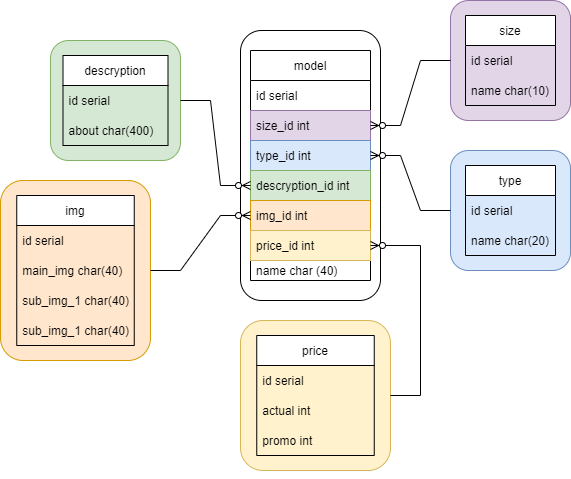
Make0101/DB keeps this draw.io diagram as Схема БД Cloth.png. Above is the earlier version. Source tidied: cells renumbered, new cells last; positions are measured from the earlier drawing's top-left corner, leaving out a move shared by most shapes.
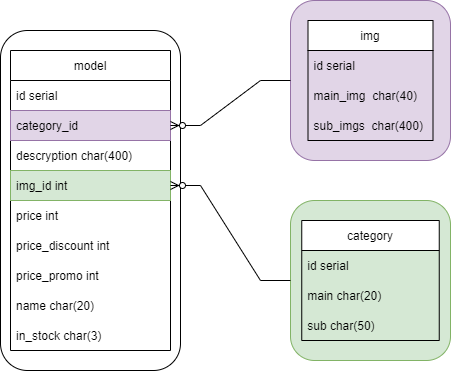
After the change.

The edit, as a diff of the source:
```diff
@@ -3,128 +3,77 @@
     <mxCell id="0" />
     <mxCell id="1" parent="0" />
     <mxCell id="2" style="rounded=1;whiteSpace=wrap;html=1;" parent="1" vertex="1">
-      <mxGeometry x="240" y="30" width="140" height="270" as="geometry" />
+      <mxGeometry x="160" y="30" width="180" height="340" as="geometry" />
     </mxCell>
     <mxCell id="3" value="model" style="swimlane;fontStyle=0;horizontal=1;startSize=30;" parent="1" vertex="1">
-      <mxGeometry x="250" y="50" width="120" height="230" as="geometry" />
+      <mxGeometry x="170" y="50" width="160" height="300" as="geometry" />
     </mxCell>
     <mxCell id="4" value="id serial" style="text;strokeColor=none;fillColor=none;align=left;verticalAlign=middle;spacingLeft=4;spacingRight=4;overflow=hidden;" parent="3" vertex="1">
-      <mxGeometry y="30" width="120" height="30" as="geometry" />
+      <mxGeometry y="30" width="160" height="30" as="geometry" />
     </mxCell>
-    <mxCell id="5" value="size_id int" style="text;strokeColor=#9673a6;fillColor=#e1d5e7;align=left;verticalAlign=middle;spacingLeft=4;spacingRight=4;overflow=hidden;points=[[0,0.5],[1,0.5]];portConstraint=eastwest;" parent="3" vertex="1">
-      <mxGeometry y="60" width="120" height="30" as="geometry" />
+    <mxCell id="5" value="category_id" style="text;strokeColor=#9673a6;fillColor=#e1d5e7;align=left;verticalAlign=middle;spacingLeft=4;spacingRight=4;overflow=hidden;points=[[0,0.5],[1,0.5]];portConstraint=eastwest;" parent="3" vertex="1">
+      <mxGeometry y="60" width="160" height="30" as="geometry" />
     </mxCell>
-    <mxCell id="6" value="type_id int" style="text;strokeColor=#6c8ebf;fillColor=#dae8fc;align=left;verticalAlign=middle;spacingLeft=4;spacingRight=4;overflow=hidden;points=[[0,0.5],[1,0.5]];portConstraint=eastwest;shadow=0;" parent="3" vertex="1">
-      <mxGeometry y="90" width="120" height="30" as="geometry" />
+    <mxCell id="6" value="descryption char(400)" style="text;align=left;verticalAlign=middle;spacingLeft=4;spacingRight=4;overflow=hidden;points=[[0,0.5],[1,0.5]];portConstraint=eastwest;shadow=0;" parent="3" vertex="1">
+      <mxGeometry y="90" width="160" height="30" as="geometry" />
     </mxCell>
-    <mxCell id="7" value="descryption_id int" style="text;strokeColor=#82b366;fillColor=#d5e8d4;align=left;verticalAlign=middle;spacingLeft=4;spacingRight=4;overflow=hidden;points=[[0,0.5],[1,0.5]];portConstraint=eastwest;" parent="3" vertex="1">
-      <mxGeometry y="120" width="120" height="30" as="geometry" />
+    <mxCell id="7" value="img_id int" style="text;strokeColor=#82b366;fillColor=#d5e8d4;align=left;verticalAlign=middle;spacingLeft=4;spacingRight=4;overflow=hidden;points=[[0,0.5],[1,0.5]];portConstraint=eastwest;" parent="3" vertex="1">
+      <mxGeometry y="120" width="160" height="30" as="geometry" />
     </mxCell>
-    <mxCell id="8" value="img_id int" style="text;strokeColor=#d79b00;fillColor=#ffe6cc;align=left;verticalAlign=middle;spacingLeft=4;spacingRight=4;overflow=hidden;points=[[0,0.5],[1,0.5]];portConstraint=eastwest;" parent="3" vertex="1">
-      <mxGeometry y="150" width="120" height="30" as="geometry" />
+    <mxCell id="8" value="price int" style="text;align=left;verticalAlign=middle;spacingLeft=4;spacingRight=4;overflow=hidden;points=[[0,0.5],[1,0.5]];portConstraint=eastwest;" parent="3" vertex="1">
+      <mxGeometry y="150" width="160" height="30" as="geometry" />
     </mxCell>
-    <mxCell id="9" value="price_id int" style="text;strokeColor=#d6b656;fillColor=#fff2cc;align=left;verticalAlign=middle;spacingLeft=4;spacingRight=4;overflow=hidden;points=[[0,0.5],[1,0.5]];portConstraint=eastwest;" parent="3" vertex="1">
-      <mxGeometry y="180" width="120" height="30" as="geometry" />
+    <mxCell id="9" value="price_discount int" style="text;align=left;verticalAlign=middle;spacingLeft=4;spacingRight=4;overflow=hidden;points=[[0,0.5],[1,0.5]];portConstraint=eastwest;" parent="3" vertex="1">
+      <mxGeometry y="180" width="160" height="30" as="geometry" />
     </mxCell>
+    <mxCell id="44" value="price_promo int" style="text;align=left;verticalAlign=middle;spacingLeft=4;spacingRight=4;overflow=hidden;" parent="3" vertex="1">
+      <mxGeometry y="210" width="160" height="30" as="geometry" />
+    </mxCell>
+    <mxCell id="14" value="name char(20)" style="text;align=left;verticalAlign=middle;spacingLeft=4;spacingRight=4;overflow=hidden;" parent="3" vertex="1">
+      <mxGeometry y="240" width="160" height="30" as="geometry" />
+    </mxCell>
-    <mxCell id="10" value="name char (40)" style="text;align=left;verticalAlign=middle;spacingLeft=4;spacingRight=4;overflow=hidden;" parent="3" vertex="1">
-      <mxGeometry y="210" width="120" height="20" as="geometry" />
+    <mxCell id="10" value="in_stock char(3)" style="text;align=left;verticalAlign=middle;spacingLeft=4;spacingRight=4;overflow=hidden;" parent="3" vertex="1">
+      <mxGeometry y="270" width="160" height="30" as="geometry" />
     </mxCell>
-    <mxCell id="11" style="rounded=1;whiteSpace=wrap;html=1;fillColor=#dae8fc;strokeColor=#6c8ebf;" parent="1" vertex="1">
-      <mxGeometry x="450" y="150" width="120" height="120" as="geometry" />
-    </mxCell>
-    <mxCell id="12" value="type" style="swimlane;fontStyle=0;horizontal=1;startSize=30;" parent="1" vertex="1">
-      <mxGeometry x="465" y="165" width="90" height="90" as="geometry" />
-    </mxCell>
-    <mxCell id="13" value="id serial" style="text;strokeColor=none;fillColor=none;align=left;verticalAlign=middle;spacingLeft=4;spacingRight=4;overflow=hidden;" parent="12" vertex="1">
-      <mxGeometry y="30" width="90" height="30" as="geometry" />
-    </mxCell>
-    <mxCell id="14" value="name char(20)" style="text;strokeColor=none;fillColor=none;align=left;verticalAlign=middle;spacingLeft=4;spacingRight=4;overflow=hidden;" parent="12" vertex="1">
-      <mxGeometry y="60" width="90" height="30" as="geometry" />
-    </mxCell>
-    <mxCell id="15" style="edgeStyle=orthogonalEdgeStyle;rounded=0;orthogonalLoop=1;jettySize=auto;html=1;exitX=0.5;exitY=1;exitDx=0;exitDy=0;" parent="1" edge="1" source="11" target="11">
-      <mxGeometry relative="1" as="geometry" />
-    </mxCell>
     <mxCell id="16" style="rounded=1;whiteSpace=wrap;html=1;fillColor=#e1d5e7;strokeColor=#9673a6;" parent="1" vertex="1">
-      <mxGeometry x="450" width="120" height="120" as="geometry" />
+      <mxGeometry x="450" width="160" height="160" as="geometry" />
     </mxCell>
-    <mxCell id="17" value="size" style="swimlane;fontStyle=0;horizontal=1;startSize=30;" parent="1" vertex="1">
-      <mxGeometry x="465" y="15" width="90" height="90" as="geometry" />
+    <mxCell id="17" value="img" style="swimlane;fontStyle=0;horizontal=1;startSize=30;" parent="1" vertex="1">
+      <mxGeometry x="467.5" y="20" width="125" height="120" as="geometry" />
     </mxCell>
     <mxCell id="18" value="id serial" style="text;strokeColor=none;fillColor=none;align=left;verticalAlign=middle;spacingLeft=4;spacingRight=4;overflow=hidden;" parent="17" vertex="1">
-      <mxGeometry y="30" width="90" height="30" as="geometry" />
+      <mxGeometry y="30" width="125" height="30" as="geometry" />
     </mxCell>
+    <mxCell id="29" value="main_img  char(40)" style="text;strokeColor=none;fillColor=none;align=left;verticalAlign=middle;spacingLeft=4;spacingRight=4;overflow=hidden;" parent="17" vertex="1">
+      <mxGeometry y="60" width="125" height="30" as="geometry" />
+    </mxCell>
-    <mxCell id="19" value="name char(10)" style="text;strokeColor=none;fillColor=none;align=left;verticalAlign=middle;spacingLeft=4;spacingRight=4;overflow=hidden;" parent="17" vertex="1">
-      <mxGeometry y="60" width="90" height="30" as="geometry" />
+    <mxCell id="19" value="sub_imgs  char(400)" style="text;strokeColor=none;fillColor=none;align=left;verticalAlign=middle;spacingLeft=4;spacingRight=4;overflow=hidden;" parent="17" vertex="1">
+      <mxGeometry y="90" width="125" height="30" as="geometry" />
     </mxCell>
     <mxCell id="20" style="edgeStyle=orthogonalEdgeStyle;rounded=0;orthogonalLoop=1;jettySize=auto;html=1;exitX=0.5;exitY=1;exitDx=0;exitDy=0;" parent="1" edge="1" source="16" target="16">
       <mxGeometry relative="1" as="geometry" />
     </mxCell>
     <mxCell id="21" style="rounded=1;whiteSpace=wrap;html=1;fillColor=#d5e8d4;strokeColor=#82b366;" parent="1" vertex="1">
-      <mxGeometry x="50" y="40" width="130" height="120" as="geometry" />
+      <mxGeometry x="450" y="200" width="160" height="160" as="geometry" />
     </mxCell>
-    <mxCell id="22" value="descryption" style="swimlane;fontStyle=0;horizontal=1;startSize=30;" parent="1" vertex="1">
-      <mxGeometry x="62.5" y="55" width="105" height="90" as="geometry" />
+    <mxCell id="22" value="category" style="swimlane;fontStyle=0;horizontal=1;startSize=30;" parent="1" vertex="1">
+      <mxGeometry x="461.2" y="220" width="137.5" height="120" as="geometry" />
     </mxCell>
     <mxCell id="23" value="id serial" style="text;strokeColor=none;fillColor=none;align=left;verticalAlign=middle;spacingLeft=4;spacingRight=4;overflow=hidden;" parent="22" vertex="1">
-      <mxGeometry y="30" width="105" height="30" as="geometry" />
+      <mxGeometry y="30" width="137.5" height="30" as="geometry" />
     </mxCell>
+    <mxCell id="45" value="main char(20)" style="text;strokeColor=none;fillColor=none;align=left;verticalAlign=middle;spacingLeft=4;spacingRight=4;overflow=hidden;" parent="22" vertex="1">
+      <mxGeometry y="60" width="137.5" height="30" as="geometry" />
+    </mxCell>
-    <mxCell id="24" value="about char(400)" style="text;strokeColor=none;fillColor=none;align=left;verticalAlign=middle;spacingLeft=4;spacingRight=4;overflow=hidden;" parent="22" vertex="1">
-      <mxGeometry y="60" width="105" height="30" as="geometry" />
+    <mxCell id="24" value="sub char(50)" style="text;strokeColor=none;fillColor=none;align=left;verticalAlign=middle;spacingLeft=4;spacingRight=4;overflow=hidden;" parent="22" vertex="1">
+      <mxGeometry y="90" width="137.5" height="30" as="geometry" />
     </mxCell>
     <mxCell id="25" style="edgeStyle=orthogonalEdgeStyle;rounded=0;orthogonalLoop=1;jettySize=auto;html=1;exitX=0.5;exitY=1;exitDx=0;exitDy=0;" parent="1" edge="1" source="21" target="21">
       <mxGeometry relative="1" as="geometry" />
     </mxCell>
-    <mxCell id="26" style="rounded=1;whiteSpace=wrap;html=1;fillColor=#ffe6cc;strokeColor=#d79b00;" parent="1" vertex="1">
-      <mxGeometry y="180" width="150" height="180" as="geometry" />
-    </mxCell>
-    <mxCell id="27" value="img" style="swimlane;fontStyle=0;horizontal=1;startSize=30;" parent="1" vertex="1">
-      <mxGeometry x="16.2" y="195" width="117.5" height="150" as="geometry" />
-    </mxCell>
-    <mxCell id="28" value="id serial" style="text;strokeColor=none;fillColor=none;align=left;verticalAlign=middle;spacingLeft=4;spacingRight=4;overflow=hidden;" parent="27" vertex="1">
-      <mxGeometry y="30" width="117.5" height="30" as="geometry" />
-    </mxCell>
-    <mxCell id="29" value="main_img char(40)" style="text;strokeColor=none;fillColor=none;align=left;verticalAlign=middle;spacingLeft=4;spacingRight=4;overflow=hidden;" parent="27" vertex="1">
-      <mxGeometry y="60" width="117.5" height="30" as="geometry" />
-    </mxCell>
-    <mxCell id="30" value="sub_img_1 char(40)" style="text;strokeColor=none;fillColor=none;align=left;verticalAlign=middle;spacingLeft=4;spacingRight=4;overflow=hidden;" parent="27" vertex="1">
-      <mxGeometry y="90" width="117.5" height="30" as="geometry" />
-    </mxCell>
-    <mxCell id="31" value="sub_img_1 char(40)" style="text;strokeColor=none;fillColor=none;align=left;verticalAlign=middle;spacingLeft=4;spacingRight=4;overflow=hidden;" parent="27" vertex="1">
-      <mxGeometry y="120" width="117.5" height="30" as="geometry" />
-    </mxCell>
-    <mxCell id="32" style="edgeStyle=orthogonalEdgeStyle;rounded=0;orthogonalLoop=1;jettySize=auto;html=1;exitX=0.5;exitY=1;exitDx=0;exitDy=0;" parent="1" edge="1" source="26" target="26">
-      <mxGeometry relative="1" as="geometry" />
-    </mxCell>
-    <mxCell id="33" style="rounded=1;whiteSpace=wrap;html=1;fillColor=#fff2cc;strokeColor=#d6b656;" parent="1" vertex="1">
-      <mxGeometry x="240" y="320" width="150" height="150" as="geometry" />
-    </mxCell>
-    <mxCell id="34" value="price" style="swimlane;fontStyle=0;horizontal=1;startSize=30;" parent="1" vertex="1">
-      <mxGeometry x="256.2" y="335" width="117.5" height="120" as="geometry" />
-    </mxCell>
-    <mxCell id="35" value="id serial" style="text;strokeColor=none;fillColor=none;align=left;verticalAlign=middle;spacingLeft=4;spacingRight=4;overflow=hidden;" parent="34" vertex="1">
-      <mxGeometry y="30" width="117.5" height="30" as="geometry" />
-    </mxCell>
-    <mxCell id="36" value="actual int" style="text;strokeColor=none;fillColor=none;align=left;verticalAlign=middle;spacingLeft=4;spacingRight=4;overflow=hidden;" parent="34" vertex="1">
-      <mxGeometry y="60" width="117.5" height="30" as="geometry" />
-    </mxCell>
-    <mxCell id="37" value="promo int" style="text;strokeColor=none;fillColor=none;align=left;verticalAlign=middle;spacingLeft=4;spacingRight=4;overflow=hidden;" parent="34" vertex="1">
-      <mxGeometry y="90" width="117.5" height="30" as="geometry" />
-    </mxCell>
-    <mxCell id="38" style="edgeStyle=orthogonalEdgeStyle;rounded=0;orthogonalLoop=1;jettySize=auto;html=1;exitX=0.5;exitY=1;exitDx=0;exitDy=0;" parent="1" edge="1" source="33" target="33">
-      <mxGeometry relative="1" as="geometry" />
-    </mxCell>
-    <mxCell id="39" style="edgeStyle=entityRelationEdgeStyle;fontSize=12;html=1;endArrow=ERzeroToMany;endFill=1;rounded=0;exitX=0;exitY=0.5;exitDx=0;exitDy=0;" parent="1" edge="1" source="11" target="6">
-      <mxGeometry relative="1" as="geometry" />
-    </mxCell>
     <mxCell id="40" style="edgeStyle=entityRelationEdgeStyle;fontSize=12;html=1;endArrow=ERzeroToMany;endFill=1;rounded=0;" parent="1" edge="1" source="16" target="5">
       <mxGeometry relative="1" as="geometry" />
     </mxCell>
-    <mxCell id="41" style="edgeStyle=entityRelationEdgeStyle;fontSize=12;html=1;endArrow=ERzeroToMany;endFill=1;rounded=0;" parent="1" edge="1" source="33" target="9">
-      <mxGeometry relative="1" as="geometry" />
-    </mxCell>
-    <mxCell id="42" style="edgeStyle=entityRelationEdgeStyle;fontSize=12;html=1;endArrow=ERzeroToMany;endFill=1;rounded=0;" parent="1" edge="1" source="26" target="8">
-      <mxGeometry relative="1" as="geometry" />
-    </mxCell>
     <mxCell id="43" style="edgeStyle=entityRelationEdgeStyle;fontSize=12;html=1;endArrow=ERzeroToMany;endFill=1;rounded=0;" parent="1" edge="1" source="21" target="7">
       <mxGeometry relative="1" as="geometry" />
     </mxCell>
```
